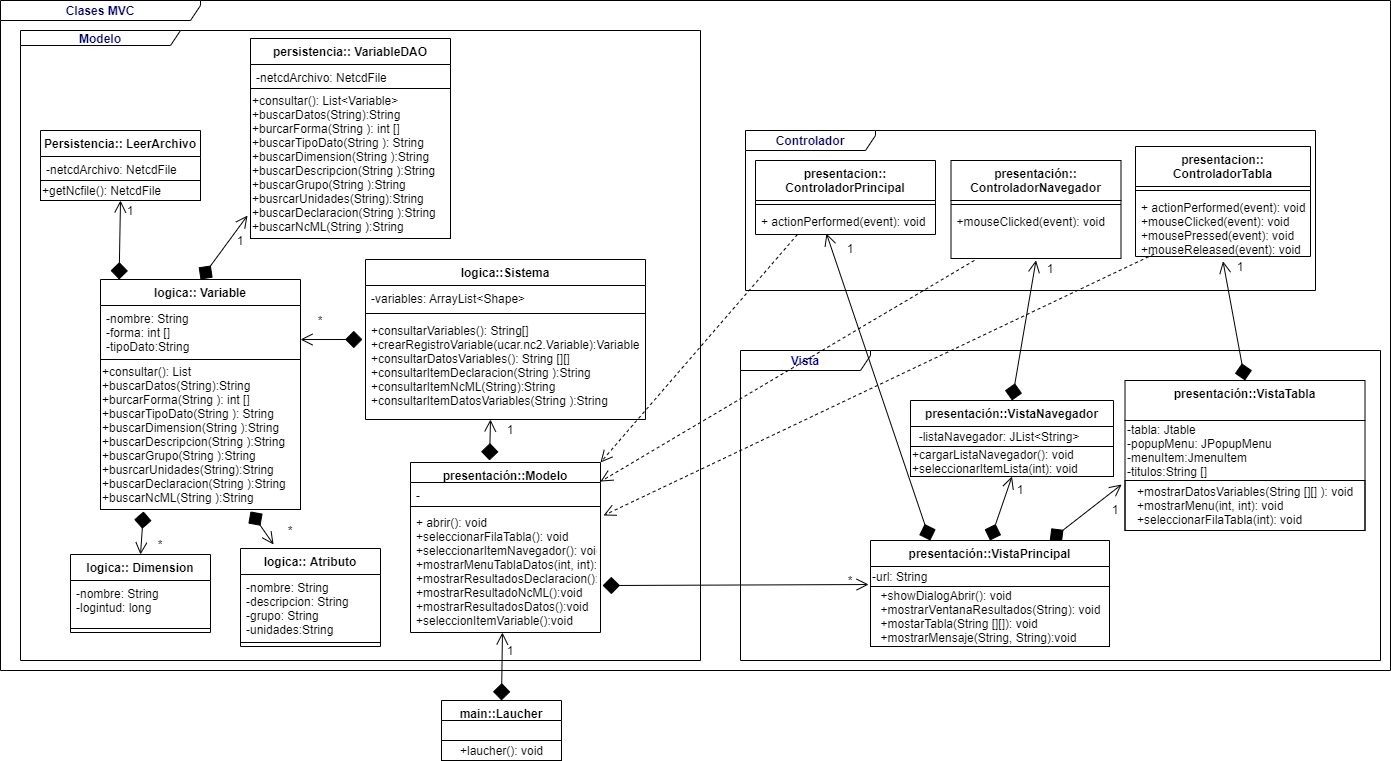
The draw.io diagram MVC_Clima.png in willfs144/Clima-java, before a commit. Source tidied: cells renumbered, new cells last; positions are measured from the earlier drawing's top-left corner, leaving out a move shared by most shapes.
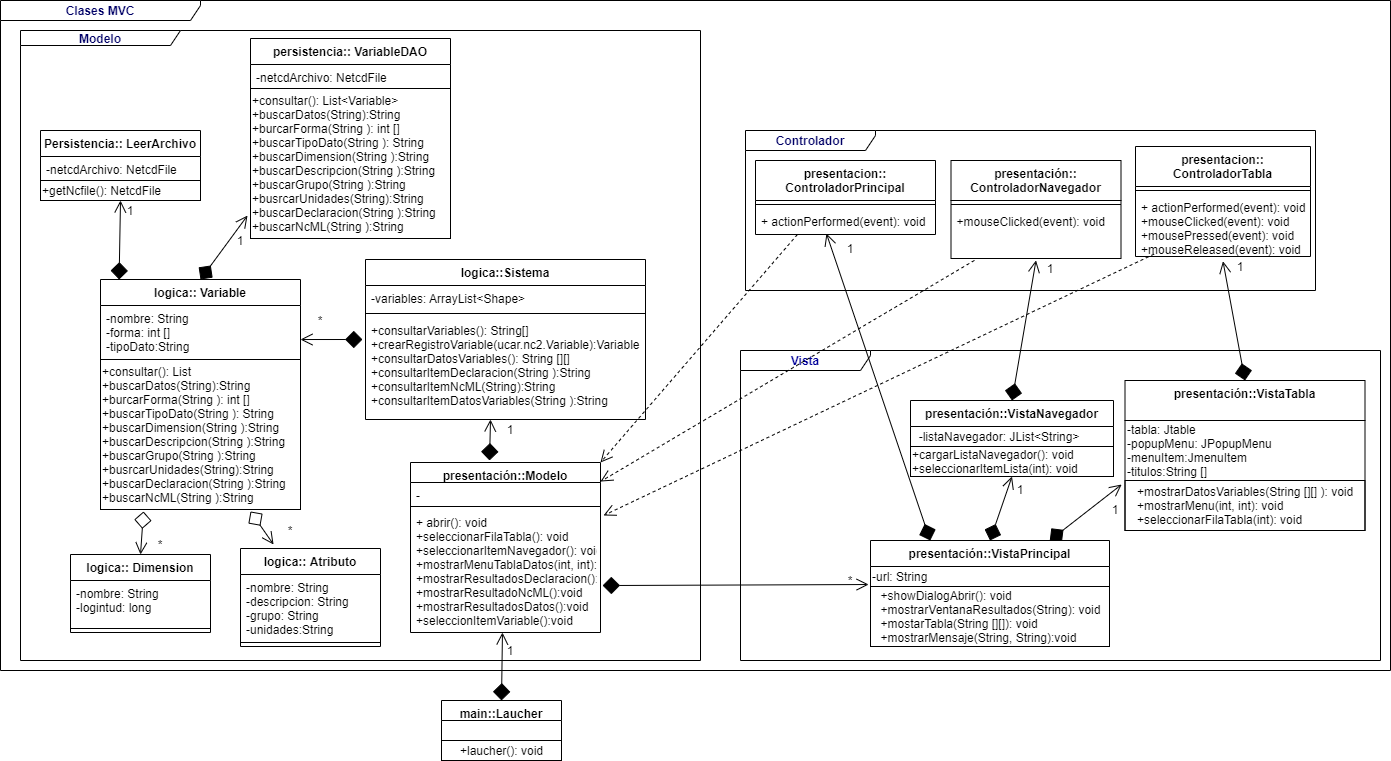
The same diagram one commit later.

Commit message:
mvc_grafico

Diff of the diagram source:
```diff
@@ -17,7 +17,7 @@
     <mxCell id="6" style="edgeStyle=none;rounded=0;jettySize=auto;html=1;dashed=1;startArrow=none;startFill=0;startSize=15;sourcePerimeterSpacing=6;endArrow=open;endFill=0;endSize=10;targetPerimeterSpacing=4;strokeWidth=1;entryX=1.016;entryY=0.041;entryDx=0;entryDy=0;exitX=0.106;exitY=0.962;exitDx=0;exitDy=0;exitPerimeter=0;entryPerimeter=0;" parent="1" edge="1" source="45" target="75">
       <mxGeometry relative="1" as="geometry" />
     </mxCell>
-    <mxCell id="7" style="edgeStyle=none;rounded=0;jettySize=auto;html=1;startArrow=diamond;startFill=1;startSize=15;sourcePerimeterSpacing=6;endArrow=open;endFill=0;endSize=10;targetPerimeterSpacing=4;strokeWidth=1;entryX=0.5;entryY=0;entryDx=0;entryDy=0;exitX=0.215;exitY=1.013;exitDx=0;exitDy=0;exitPerimeter=0;" parent="1" edge="1" source="49" target="60">
+    <mxCell id="7" style="edgeStyle=none;rounded=0;jettySize=auto;html=1;startArrow=diamond;startFill=0;startSize=15;sourcePerimeterSpacing=6;endArrow=open;endFill=0;endSize=10;targetPerimeterSpacing=4;strokeWidth=1;entryX=0.5;entryY=0;entryDx=0;entryDy=0;exitX=0.215;exitY=1.013;exitDx=0;exitDy=0;exitPerimeter=0;" parent="1" edge="1" source="49" target="60">
       <mxGeometry relative="1" as="geometry" />
     </mxCell>
     <mxCell id="8" style="edgeStyle=none;rounded=0;jettySize=auto;html=1;startArrow=diamond;startFill=1;startSize=15;sourcePerimeterSpacing=6;endArrow=open;endFill=0;endSize=10;targetPerimeterSpacing=4;strokeWidth=1;entryX=1;entryY=0.63;entryDx=0;entryDy=0;entryPerimeter=0;" parent="1" edge="1" target="48">
@@ -109,7 +109,7 @@
     <mxCell id="36" value="1" style="text;html=1;strokeColor=none;fillColor=none;align=center;verticalAlign=middle;whiteSpace=wrap;rounded=0;" parent="1" vertex="1">
       <mxGeometry x="490" y="640" width="40" height="20" as="geometry" />
     </mxCell>
-    <mxCell id="37" style="edgeStyle=none;rounded=0;jettySize=auto;html=1;startArrow=diamond;startFill=1;startSize=15;sourcePerimeterSpacing=6;endArrow=open;endFill=0;endSize=10;targetPerimeterSpacing=4;strokeWidth=1;exitX=0.75;exitY=1.013;exitDx=0;exitDy=0;exitPerimeter=0;" parent="1" edge="1" source="49" target="57">
+    <mxCell id="37" style="edgeStyle=none;rounded=0;jettySize=auto;html=1;startArrow=diamond;startFill=0;startSize=15;sourcePerimeterSpacing=6;endArrow=open;endFill=0;endSize=10;targetPerimeterSpacing=4;strokeWidth=1;exitX=0.75;exitY=1.013;exitDx=0;exitDy=0;exitPerimeter=0;" parent="1" edge="1" source="49" target="57">
       <mxGeometry relative="1" as="geometry" />
     </mxCell>
     <mxCell id="38" style="edgeStyle=none;rounded=0;jettySize=auto;html=1;exitX=0.093;exitY=0;exitDx=0;exitDy=0;startArrow=diamond;startFill=1;startSize=15;sourcePerimeterSpacing=6;endArrow=open;endFill=0;endSize=10;targetPerimeterSpacing=4;strokeWidth=1;entryX=0.5;entryY=1;entryDx=0;entryDy=0;exitPerimeter=0;" parent="1" edge="1" source="47" target="54">
```
